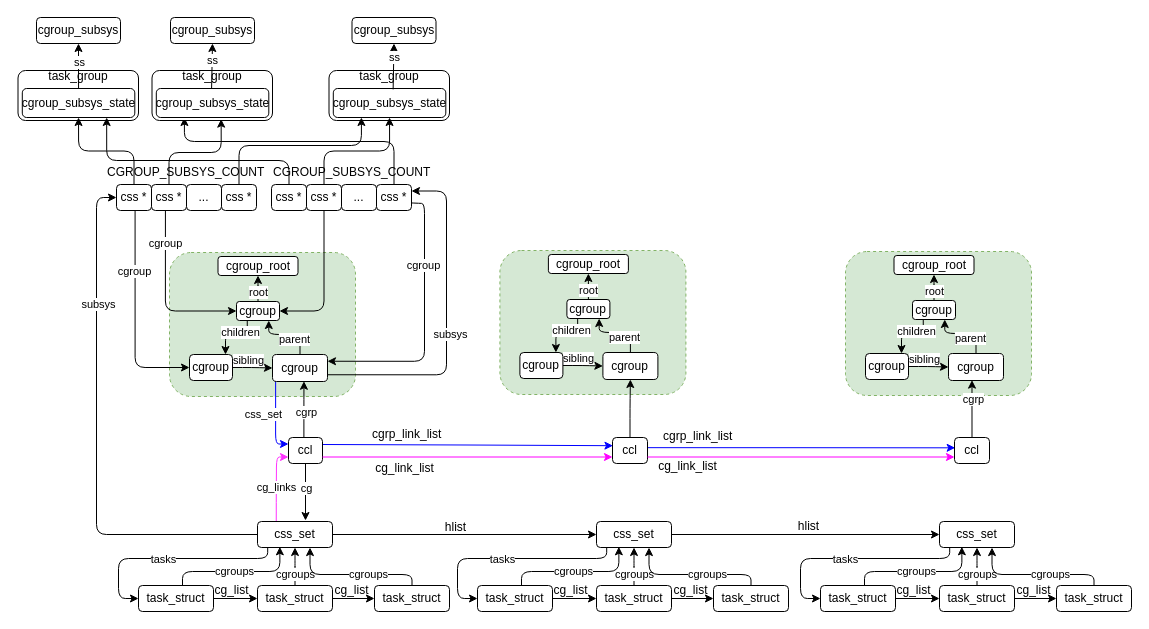
Earlier version of the draw.io diagram cgroup.drawio (jasonactions/graph). Source tidied: cells renumbered, new cells numbered last; positions are measured from the earlier drawing's top-left corner, leaving out a move shared by most shapes. Both pictures are drawn from the tidied source at 100%, with x=0, y=0 at pixel (17, 17).
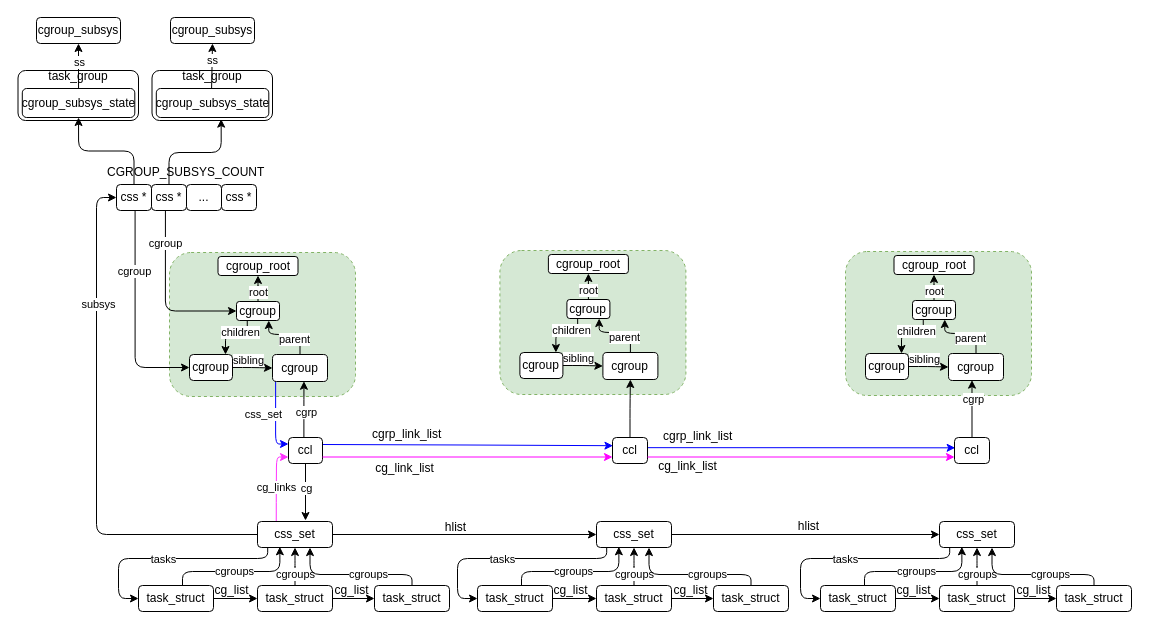
The same diagram, later.

Unchanged cells that the change refers to:
```xml
<mxCell id="35" value="css *" style="rounded=1;whiteSpace=wrap;html=1;" parent="1" vertex="1">
  <mxGeometry x="204" y="167" width="35" height="26" as="geometry" />
</mxCell>
<mxCell id="42" value="cgroup" style="rounded=1;whiteSpace=wrap;html=1;" parent="1" vertex="1">
  <mxGeometry x="255" y="337" width="55" height="27" as="geometry" />
</mxCell>
<mxCell id="60" value="cgroup" style="rounded=1;whiteSpace=wrap;html=1;" parent="1" vertex="1">
  <mxGeometry x="219" y="284" width="43" height="19" as="geometry" />
</mxCell>
<mxCell id="94" value="cgroup_subsys_state" style="rounded=1;whiteSpace=wrap;html=1;" parent="1" vertex="1">
  <mxGeometry x="4.8" y="71" width="112.5" height="29" as="geometry" />
</mxCell>
<mxCell id="97" value="cgroup_subsys_state" style="rounded=1;whiteSpace=wrap;html=1;" parent="1" vertex="1">
  <mxGeometry x="138.8" y="71" width="112.5" height="29" as="geometry" />
</mxCell>
```

Change to the diagram source:
```diff
@@
-    <mxCell id="2" style="rounded=1;whiteSpace=wrap;html=1;" parent="1" vertex="1">
-      <mxGeometry x="311.5" y="53" width="120.5" height="50" as="geometry" />
-    </mxCell>
@@
-    <mxCell id="34" style="edgeStyle=orthogonalEdgeStyle;rounded=1;jettySize=auto;html=1;entryX=0.25;entryY=1;entryDx=0;entryDy=0;" parent="1" edge="1" source="35" target="99">
-      <mxGeometry relative="1" as="geometry">
-        <Array as="points">
-          <mxPoint x="222" y="128" />
-          <mxPoint x="344" y="128" />
-        </Array>
-      </mxGeometry>
-    </mxCell>
@@
-    <mxCell id="36" style="edgeStyle=orthogonalEdgeStyle;rounded=1;jettySize=auto;html=1;entryX=1;entryY=0.25;entryDx=0;entryDy=0;exitX=1;exitY=0.75;exitDx=0;exitDy=0;" parent="1" edge="1" source="42" target="52">
-      <mxGeometry relative="1" as="geometry">
-        <Array as="points">
-          <mxPoint x="429" y="357" />
-          <mxPoint x="429" y="173" />
-          <mxPoint x="394" y="173" />
-        </Array>
-      </mxGeometry>
-    </mxCell>
-    <mxCell id="37" value="subsys" style="edgeLabel;html=1;align=center;verticalAlign=middle;rounded=1;" parent="36" vertex="1">
-      <mxGeometry x="-0.35" y="2" relative="1" as="geometry">
-        <mxPoint x="12" y="-39" as="offset" />
-      </mxGeometry>
-    </mxCell>
@@
-    <mxCell id="43" style="edgeStyle=orthogonalEdgeStyle;rounded=1;jettySize=auto;html=1;entryX=0.75;entryY=1;entryDx=0;entryDy=0;" parent="1" edge="1" source="44" target="94">
-      <mxGeometry relative="1" as="geometry">
-        <Array as="points">
-          <mxPoint x="272" y="143" />
-          <mxPoint x="89" y="143" />
-        </Array>
-      </mxGeometry>
-    </mxCell>
-    <mxCell id="44" value="css *" style="rounded=1;whiteSpace=wrap;html=1;" parent="1" vertex="1">
-      <mxGeometry x="254" y="167" width="35" height="26" as="geometry" />
-    </mxCell>
-    <mxCell id="45" style="edgeStyle=orthogonalEdgeStyle;rounded=1;jettySize=auto;html=1;entryX=1;entryY=0.5;entryDx=0;entryDy=0;exitX=0.5;exitY=1;exitDx=0;exitDy=0;" parent="1" edge="1" source="47" target="60">
-      <mxGeometry relative="1" as="geometry" />
-    </mxCell>
-    <mxCell id="46" style="edgeStyle=orthogonalEdgeStyle;rounded=1;jettySize=auto;html=1;entryX=0.5;entryY=1;entryDx=0;entryDy=0;" parent="1" edge="1" source="47" target="99">
-      <mxGeometry relative="1" as="geometry" />
-    </mxCell>
-    <mxCell id="47" value="css *" style="rounded=1;whiteSpace=wrap;html=1;" parent="1" vertex="1">
-      <mxGeometry x="289" y="167" width="35" height="26" as="geometry" />
-    </mxCell>
-    <mxCell id="48" value="..." style="rounded=1;whiteSpace=wrap;html=1;" parent="1" vertex="1">
-      <mxGeometry x="324" y="167" width="35" height="26" as="geometry" />
-    </mxCell>
-    <mxCell id="49" style="edgeStyle=orthogonalEdgeStyle;rounded=1;jettySize=auto;html=1;entryX=1;entryY=0.25;entryDx=0;entryDy=0;exitX=0.997;exitY=0.71;exitDx=0;exitDy=0;exitPerimeter=0;" parent="1" edge="1" source="52" target="42">
-      <mxGeometry relative="1" as="geometry">
-        <Array as="points">
-          <mxPoint x="395" y="185" />
-          <mxPoint x="407" y="186" />
-          <mxPoint x="407" y="344" />
-        </Array>
-      </mxGeometry>
-    </mxCell>
-    <mxCell id="50" value="cgroup" style="edgeLabel;html=1;align=center;verticalAlign=middle;rounded=1;" parent="49" vertex="1">
-      <mxGeometry x="-0.44" y="-2" relative="1" as="geometry" />
-    </mxCell>
-    <mxCell id="51" style="edgeStyle=orthogonalEdgeStyle;rounded=1;jettySize=auto;html=1;entryX=0.25;entryY=1;entryDx=0;entryDy=0;" parent="1" edge="1" source="52" target="97">
-      <mxGeometry relative="1" as="geometry">
-        <Array as="points">
-          <mxPoint x="377" y="124" />
-          <mxPoint x="167" y="124" />
-        </Array>
-      </mxGeometry>
-    </mxCell>
-    <mxCell id="52" value="css *" style="rounded=1;whiteSpace=wrap;html=1;" parent="1" vertex="1">
-      <mxGeometry x="359" y="167" width="35" height="26" as="geometry" />
-    </mxCell>
@@
-    <mxCell id="80" value="CGROUP_SUBSYS_COUNT" style="text;whiteSpace=wrap;rounded=1;" parent="1" vertex="1">
-      <mxGeometry x="254" y="141" width="152.5" height="26" as="geometry" />
-    </mxCell>
-    <mxCell id="81" value="cgroup_subsys" style="rounded=1;whiteSpace=wrap;html=1;" parent="1" vertex="1">
-      <mxGeometry x="334.5" width="84" height="26" as="geometry" />
-    </mxCell>
@@
-    <mxCell id="99" value="cgroup_subsys_state" style="rounded=1;whiteSpace=wrap;html=1;" parent="1" vertex="1">
-      <mxGeometry x="315.8" y="71" width="112.5" height="29" as="geometry" />
-    </mxCell>
-    <mxCell id="100" value="task_group" style="text;html=1;strokeColor=none;fillColor=none;align=center;verticalAlign=middle;whiteSpace=wrap;rounded=1;" parent="1" vertex="1">
-      <mxGeometry x="341.8" y="44" width="60" height="30" as="geometry" />
-    </mxCell>
@@
-    <mxCell id="106" style="endArrow=classic;html=1;rounded=1;exitX=0.564;exitY=0.93;exitDx=0;exitDy=0;exitPerimeter=0;entryX=0.5;entryY=1;entryDx=0;entryDy=0;" parent="1" edge="1" source="100" target="81">
-      <mxGeometry relative="1" as="geometry" />
-    </mxCell>
-    <mxCell id="107" value="ss" style="edgeLabel;html=1;align=center;verticalAlign=middle;" parent="106" vertex="1">
-      <mxGeometry x="0.39" relative="1" as="geometry" />
-    </mxCell>
```
